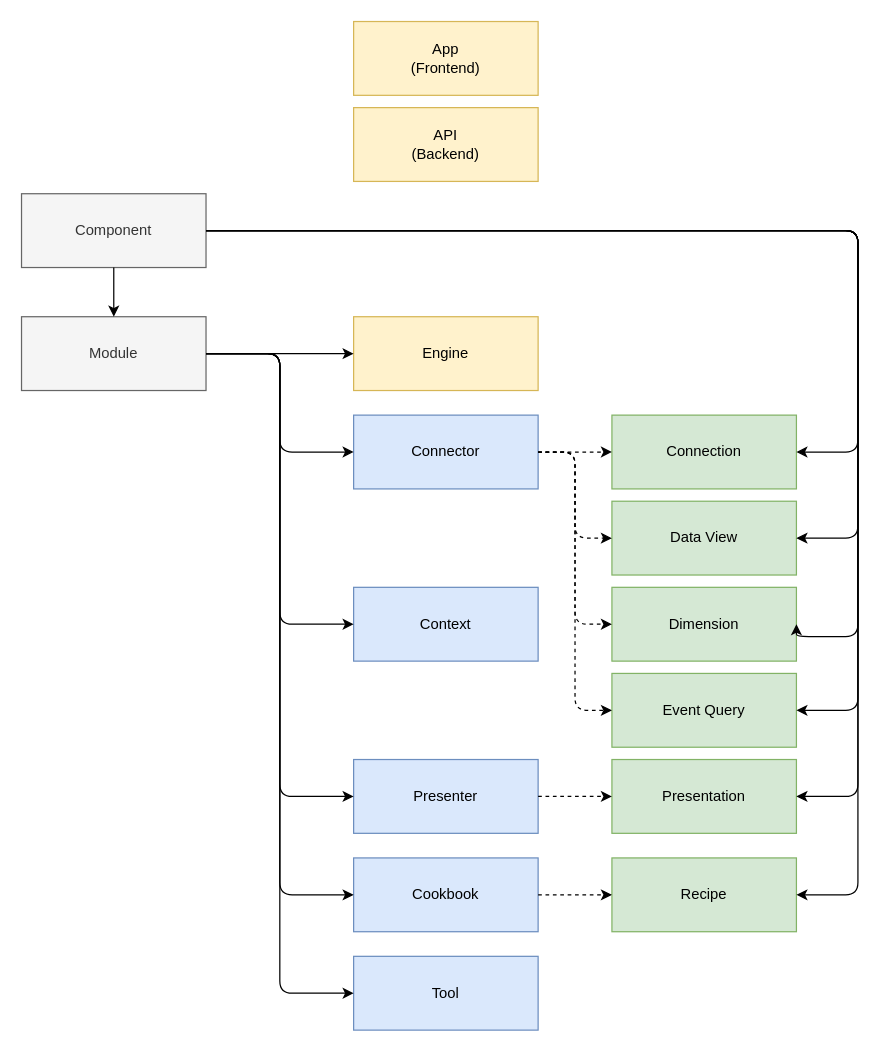
Before: schematic.drawio in dpuse/dpuse-shared, a draw.io diagram. Source tidied: cells renumbered, new cells numbered last; positions are measured from the earlier drawing's top-left corner, leaving out a move shared by most shapes. Both pictures are drawn from the tidied source at 123%, with x=0, y=0 at pixel (21, 21).
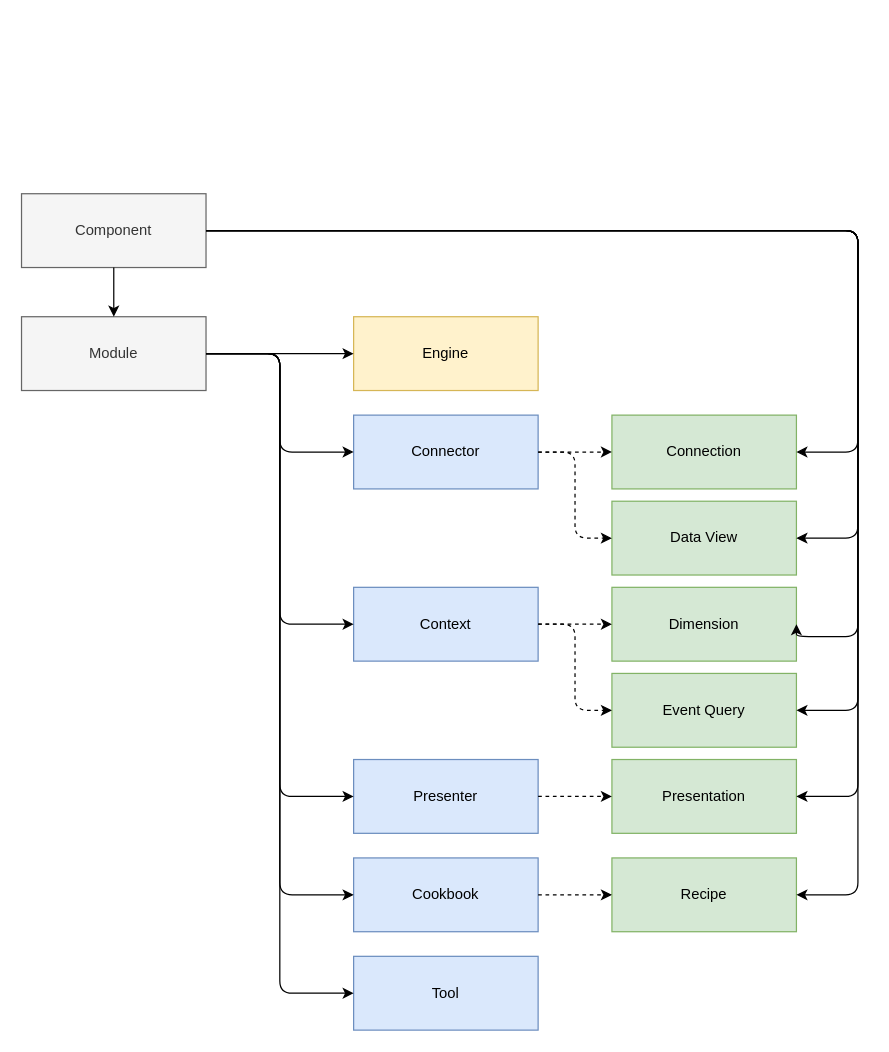
The same diagram, later.

Unchanged cells that the change refers to:
```xml
<mxCell id="5" value="Context" style="rounded=0;whiteSpace=wrap;html=1;fillColor=#dae8fc;strokeColor=#6c8ebf;" parent="1" vertex="1">
  <mxGeometry x="270" y="460" width="150" height="60" as="geometry" />
</mxCell>
<mxCell id="9" value="Connector" style="rounded=0;whiteSpace=wrap;html=1;fillColor=#dae8fc;strokeColor=#6c8ebf;" parent="1" vertex="1">
  <mxGeometry x="270" y="320" width="150" height="60" as="geometry" />
</mxCell>
<mxCell id="28" value="Event Query" style="rounded=0;whiteSpace=wrap;html=1;fillColor=#d5e8d4;strokeColor=#82b366;" parent="1" vertex="1">
  <mxGeometry x="480" y="530" width="150" height="60" as="geometry" />
</mxCell>
<mxCell id="29" value="Dimension" style="rounded=0;whiteSpace=wrap;html=1;fillColor=#d5e8d4;strokeColor=#82b366;" parent="1" vertex="1">
  <mxGeometry x="480" y="460" width="150" height="60" as="geometry" />
</mxCell>
```

The edit, as a diff of the source:
```diff
@@
-    <mxCell id="26" value="App&lt;div&gt;(Frontend)&lt;/div&gt;" style="rounded=0;whiteSpace=wrap;html=1;fillColor=#fff2cc;strokeColor=#d6b656;" parent="1" vertex="1">
-      <mxGeometry x="270" width="150" height="60" as="geometry" />
-    </mxCell>
-    <mxCell id="27" value="API&lt;div&gt;(Backend)&lt;/div&gt;" style="rounded=0;whiteSpace=wrap;html=1;fillColor=#fff2cc;strokeColor=#d6b656;" parent="1" vertex="1">
-      <mxGeometry x="270" y="70" width="150" height="60" as="geometry" />
-    </mxCell>
@@
-    <mxCell id="35" style="endArrow=classic;startArrow=none;html=1;entryX=0;entryY=0.5;entryDx=0;entryDy=0;startFill=0;edgeStyle=orthogonalEdgeStyle;dashed=1;exitX=1;exitY=0.5;exitDx=0;exitDy=0;" parent="1" edge="1" source="9" target="29">
+    <mxCell id="35" style="endArrow=classic;startArrow=none;html=1;entryX=0;entryY=0.5;entryDx=0;entryDy=0;startFill=0;edgeStyle=orthogonalEdgeStyle;dashed=1;exitX=1;exitY=0.5;exitDx=0;exitDy=0;" parent="1" edge="1" source="5" target="29">
       <mxGeometry relative="1" as="geometry" />
     </mxCell>
-    <mxCell id="36" style="endArrow=classic;startArrow=none;html=1;entryX=0;entryY=0.5;entryDx=0;entryDy=0;startFill=0;edgeStyle=orthogonalEdgeStyle;dashed=1;exitX=1;exitY=0.5;exitDx=0;exitDy=0;" parent="1" edge="1" source="9" target="28">
+    <mxCell id="36" style="endArrow=classic;startArrow=none;html=1;entryX=0;entryY=0.5;entryDx=0;entryDy=0;startFill=0;edgeStyle=orthogonalEdgeStyle;dashed=1;exitX=1;exitY=0.5;exitDx=0;exitDy=0;" parent="1" edge="1" source="5" target="28">
       <mxGeometry relative="1" as="geometry" />
     </mxCell>
```
